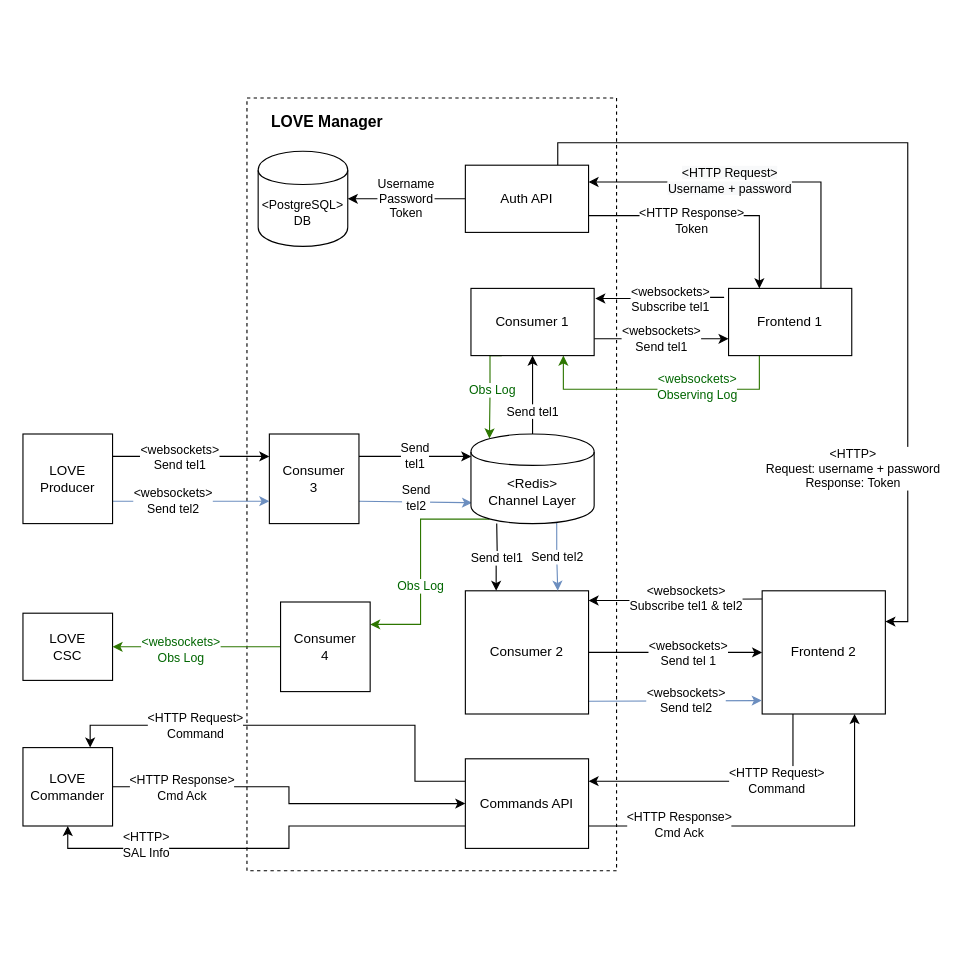
Earlier version of the draw.io diagram docsrc/source/assets/Manager_Details.drawio (lsst-ts/LOVE-manager). Source tidied: cells renumbered, new cells numbered last; positions are measured from the earlier drawing's top-left corner, leaving out a move shared by most shapes. Both pictures are drawn from the tidied source at 112%, with x=0, y=0 at pixel (22, 97).
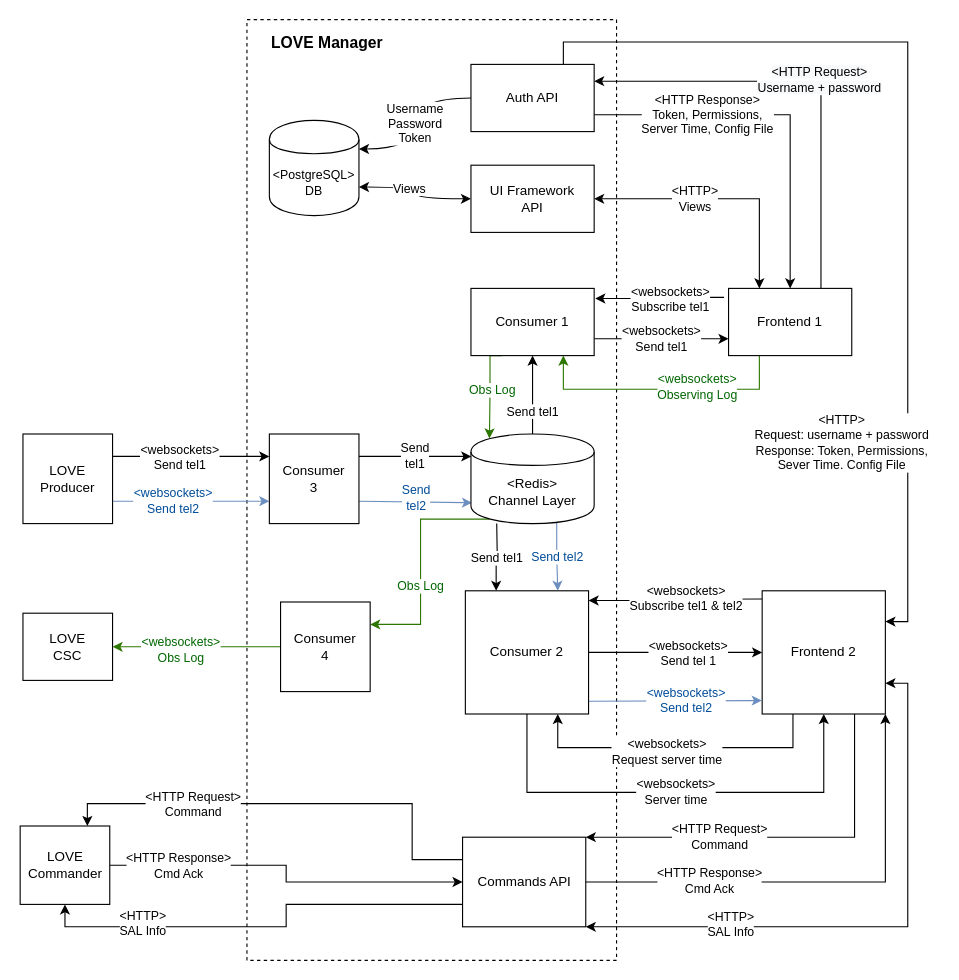
The same diagram, later.

The change refers to these unchanged cells:
```xml
<mxCell id="5" style="edgeStyle=orthogonalEdgeStyle;rounded=0;jettySize=auto;html=1;exitX=0.75;exitY=0;exitDx=0;exitDy=0;entryX=1;entryY=0.25;entryDx=0;entryDy=0;fontSize=11;" parent="1" edge="1" source="9" target="28">
  <mxGeometry relative="1" as="geometry" />
</mxCell>
<mxCell id="9" value="Frontend 1" style="rounded=0;whiteSpace=wrap;html=1;" parent="1" vertex="1">
  <mxGeometry x="630" y="170" width="110" height="60" as="geometry" />
</mxCell>
<mxCell id="18" value="Frontend 2" style="rounded=0;whiteSpace=wrap;html=1;" parent="1" vertex="1">
  <mxGeometry x="660" y="440" width="110" height="110" as="geometry" />
</mxCell>
<mxCell id="21" style="edgeStyle=none;rounded=0;jettySize=auto;html=1;exitX=0.988;exitY=0.897;exitDx=0;exitDy=0;entryX=-0.003;entryY=0.891;entryDx=0;entryDy=0;fontSize=11;fillColor=#dae8fc;strokeColor=#6c8ebf;entryPerimeter=0;exitPerimeter=0;" parent="1" edge="1" source="23" target="18">
  <mxGeometry relative="1" as="geometry" />
</mxCell>
<mxCell id="23" value="Consumer 2" style="rounded=0;whiteSpace=wrap;html=1;" parent="1" vertex="1">
  <mxGeometry x="395" y="440" width="110" height="110" as="geometry" />
</mxCell>
<mxCell id="26" style="edgeStyle=orthogonalEdgeStyle;rounded=0;jettySize=auto;html=1;exitX=0.75;exitY=0;exitDx=0;exitDy=0;entryX=1;entryY=0.25;entryDx=0;entryDy=0;" parent="1" edge="1" source="28" target="18">
  <mxGeometry relative="1" as="geometry" />
</mxCell>
<mxCell id="32" style="edgeStyle=none;rounded=0;jettySize=auto;html=1;exitX=1;exitY=0.75;exitDx=0;exitDy=0;entryX=0.009;entryY=0.767;entryDx=0;entryDy=0;fontSize=11;fillColor=#dae8fc;strokeColor=#6c8ebf;entryPerimeter=0;" parent="1" edge="1" source="34" target="44">
  <mxGeometry relative="1" as="geometry" />
</mxCell>
<mxCell id="34" value="Consumer&lt;br&gt;3" style="rounded=0;whiteSpace=wrap;html=1;" parent="1" vertex="1">
  <mxGeometry x="220" y="300" width="80" height="80" as="geometry" />
</mxCell>
<mxCell id="40" value="LOVE Producer" style="rounded=0;whiteSpace=wrap;html=1;" parent="1" vertex="1">
  <mxGeometry y="300" width="80" height="80" as="geometry" />
</mxCell>
<mxCell id="44" value="&lt;span&gt;&amp;lt;Redis&amp;gt;&lt;/span&gt;&lt;br&gt;&lt;span&gt;Channel Layer&lt;/span&gt;" style="shape=cylinder;whiteSpace=wrap;html=1;boundedLbl=1;backgroundOutline=1;" parent="1" vertex="1">
  <mxGeometry x="400" y="300" width="110" height="80" as="geometry" />
</mxCell>
```

What changed in the source:
```diff
@@
     <mxCell id="2" style="rounded=0;whiteSpace=wrap;html=1;fontSize=11;fillColor=none;dashed=1;" parent="1" vertex="1">
-      <mxGeometry x="200" width="330" height="690" as="geometry" />
+      <mxGeometry x="200" y="-70" width="330" height="840" as="geometry" />
     </mxCell>
@@
     <mxCell id="6" value="&lt;span style=&quot;text-align: left ; background-color: rgb(248 , 249 , 250)&quot;&gt;&amp;lt;HTTP Request&amp;gt;&lt;br&gt;Username + password&lt;/span&gt;" style="edgeLabel;html=1;align=center;verticalAlign=middle;" parent="5" vertex="1">
       <mxGeometry x="0.01" y="-2" relative="1" as="geometry">
-        <mxPoint x="-24.5" as="offset" />
+        <mxPoint x="8.6" as="offset" />
       </mxGeometry>
     </mxCell>
@@
-    <mxCell id="16" style="edgeStyle=orthogonalEdgeStyle;rounded=0;jettySize=auto;html=1;entryX=1;entryY=0.25;entryDx=0;entryDy=0;exitX=0.25;exitY=1;exitDx=0;exitDy=0;" parent="1" edge="1" source="18" target="51">
-      <mxGeometry relative="1" as="geometry" />
+    <mxCell id="16" style="edgeStyle=orthogonalEdgeStyle;rounded=0;jettySize=auto;html=1;entryX=1;entryY=0;entryDx=0;entryDy=0;exitX=0.75;exitY=1;exitDx=0;exitDy=0;" parent="1" edge="1" source="18" target="51">
+      <mxGeometry relative="1" as="geometry">
+        <Array as="points">
+          <mxPoint x="742" y="660" />
+        </Array>
+      </mxGeometry>
     </mxCell>
     <mxCell id="17" value="&amp;lt;HTTP Request&amp;gt;&lt;br&gt;Command" style="edgeLabel;html=1;align=center;verticalAlign=middle;" parent="16" vertex="1">
       <mxGeometry x="-0.01" y="-1" relative="1" as="geometry">
-        <mxPoint x="44.8" as="offset" />
+        <mxPoint x="-58.5" as="offset" />
       </mxGeometry>
     </mxCell>
+    <mxCell id="59" style="edgeStyle=orthogonalEdgeStyle;rounded=0;jettySize=auto;html=1;exitX=0.25;exitY=1;exitDx=0;exitDy=0;entryX=0.75;entryY=1;entryDx=0;entryDy=0;" parent="1" edge="1" source="18" target="23">
+      <mxGeometry relative="1" as="geometry">
+        <Array as="points">
+          <mxPoint x="688" y="580" />
+          <mxPoint x="478" y="580" />
+        </Array>
+      </mxGeometry>
+    </mxCell>
+    <mxCell id="60" value="&amp;lt;websockets&amp;gt;&lt;br&gt;Request server time" style="edgeLabel;html=1;align=center;verticalAlign=middle;" parent="59" vertex="1">
+      <mxGeometry x="0.06" y="3" relative="1" as="geometry" />
+    </mxCell>
+    <mxCell id="61" style="edgeStyle=orthogonalEdgeStyle;rounded=0;jettySize=auto;html=1;exitX=1;exitY=0.75;exitDx=0;exitDy=0;entryX=1;entryY=1;entryDx=0;entryDy=0;startArrow=classic;startFill=1;" parent="1" edge="1" source="18" target="51">
+      <mxGeometry relative="1" as="geometry">
+        <Array as="points">
+          <mxPoint x="790" y="522" />
+          <mxPoint x="790" y="740" />
+        </Array>
+      </mxGeometry>
+    </mxCell>
+    <mxCell id="62" value="&amp;lt;HTTP&amp;gt;&lt;br&gt;SAL Info" style="edgeLabel;html=1;align=center;verticalAlign=middle;" parent="61" vertex="1">
+      <mxGeometry x="0.51" y="-3" relative="1" as="geometry" />
+    </mxCell>
@@
-    <mxCell id="22" value="&amp;lt;websockets&amp;gt;&lt;br&gt;Send tel2" style="text;html=1;align=center;verticalAlign=middle;labelBackgroundColor=#ffffff;fontSize=11;" parent="21" vertex="1">
+    <mxCell id="22" value="&lt;font color=&quot;#004c99&quot;&gt;&amp;lt;websockets&amp;gt;&lt;br&gt;Send tel2&lt;/font&gt;" style="text;html=1;align=center;verticalAlign=middle;labelBackgroundColor=#ffffff;fontSize=11;" parent="21" vertex="1">
       <mxGeometry x="0.13" y="2" relative="1" as="geometry">
         <mxPoint y="1" as="offset" />
       </mxGeometry>
     </mxCell>
+    <mxCell id="63" value="&amp;lt;websockets&amp;gt;&lt;br&gt;Server time" style="edgeStyle=orthogonalEdgeStyle;rounded=0;jettySize=auto;html=1;exitX=0.5;exitY=1;exitDx=0;exitDy=0;entryX=0.5;entryY=1;entryDx=0;entryDy=0;" parent="1" edge="1" source="23" target="18">
+      <mxGeometry relative="1" as="geometry">
+        <Array as="points">
+          <mxPoint x="450" y="620" />
+          <mxPoint x="715" y="620" />
+        </Array>
+      </mxGeometry>
+    </mxCell>
@@
-    <mxCell id="24" value="&amp;lt;HTTP Response&amp;gt;&lt;br&gt;Token" style="edgeStyle=orthogonalEdgeStyle;rounded=0;jettySize=auto;html=1;exitX=1;exitY=0.75;exitDx=0;exitDy=0;entryX=0.25;entryY=0;entryDx=0;entryDy=0;fontSize=11;" parent="1" edge="1" source="28" target="9">
-      <mxGeometry x="-0.15" y="-5" relative="1" as="geometry" />
+    <mxCell id="24" value="&amp;lt;HTTP Response&amp;gt;&lt;br&gt;Token,&amp;nbsp;Permissions,&lt;br&gt;Server Time, Config File" style="edgeStyle=orthogonalEdgeStyle;rounded=0;jettySize=auto;html=1;exitX=1;exitY=0.75;exitDx=0;exitDy=0;entryX=0.5;entryY=0;entryDx=0;entryDy=0;fontSize=11;" parent="1" edge="1" source="28" target="9">
+      <mxGeometry x="-0.39" relative="1" as="geometry">
+        <Array as="points">
+          <mxPoint x="685" y="15" />
+        </Array>
+      </mxGeometry>
     </mxCell>
-    <mxCell id="25" value="Username&lt;br&gt;Password&lt;br&gt;Token" style="edgeStyle=orthogonalEdgeStyle;curved=1;rounded=0;jettySize=auto;html=1;entryX=1;entryY=0.5;entryDx=0;entryDy=0;fontSize=11;" parent="1" edge="1" source="28" target="35">
+    <mxCell id="25" value="Username&lt;br&gt;Password&lt;br&gt;Token" style="edgeStyle=orthogonalEdgeStyle;curved=1;rounded=0;jettySize=auto;html=1;entryX=1;entryY=0.3;entryDx=0;entryDy=0;fontSize=11;" parent="1" edge="1" source="28" target="35">
       <mxGeometry relative="1" as="geometry" />
     </mxCell>
@@
-    <mxCell id="27" value="&amp;lt;HTTP&amp;gt;&lt;br&gt;Request: username + password&lt;br&gt;Response: Token" style="edgeLabel;html=1;align=center;verticalAlign=middle;" parent="26" vertex="1">
+    <mxCell id="27" value="&amp;lt;HTTP&amp;gt;&lt;br&gt;Request: username + password&lt;br&gt;Response: Token, Permissions,&lt;br&gt;Sever Time. Config File" style="edgeLabel;html=1;align=center;verticalAlign=middle;" parent="26" vertex="1">
       <mxGeometry x="0.46" y="-2" relative="1" as="geometry">
-        <mxPoint x="-48" y="53.5" as="offset" />
+        <mxPoint x="-58" y="53.5" as="offset" />
       </mxGeometry>
     </mxCell>
     <mxCell id="28" value="Auth API" style="rounded=0;whiteSpace=wrap;html=1;" parent="1" vertex="1">
-      <mxGeometry x="395" y="60" width="110" height="60" as="geometry" />
+      <mxGeometry x="400" y="-30" width="110" height="60" as="geometry" />
     </mxCell>
@@
-    <mxCell id="30" value="Send tel2" style="edgeStyle=orthogonalEdgeStyle;rounded=0;jettySize=auto;html=1;fontSize=11;entryX=0.75;entryY=0;entryDx=0;entryDy=0;exitX=0.696;exitY=0.992;exitDx=0;exitDy=0;fillColor=#dae8fc;strokeColor=#6c8ebf;exitPerimeter=0;" parent="1" edge="1" source="44" target="23">
+    <mxCell id="30" value="&lt;font color=&quot;#004c99&quot;&gt;Send tel2&lt;/font&gt;" style="edgeStyle=orthogonalEdgeStyle;rounded=0;jettySize=auto;html=1;fontSize=11;entryX=0.75;entryY=0;entryDx=0;entryDy=0;exitX=0.696;exitY=0.992;exitDx=0;exitDy=0;fillColor=#dae8fc;strokeColor=#6c8ebf;exitPerimeter=0;" parent="1" edge="1" source="44" target="23">
       <mxGeometry relative="1" as="geometry" />
     </mxCell>
@@
-    <mxCell id="33" value="Send&lt;br&gt;tel2" style="text;html=1;align=center;verticalAlign=middle;labelBackgroundColor=#ffffff;fontSize=11;" parent="32" vertex="1">
+    <mxCell id="33" value="&lt;font color=&quot;#004c99&quot;&gt;Send&lt;br&gt;tel2&lt;/font&gt;" style="text;html=1;align=center;verticalAlign=middle;labelBackgroundColor=#ffffff;fontSize=11;" parent="32" vertex="1">
       <mxGeometry x="0.22" y="4" relative="1" as="geometry">
         <mxPoint x="-11.4" as="offset" />
       </mxGeometry>
     </mxCell>
@@
     <mxCell id="35" value="&amp;lt;PostgreSQL&amp;gt;&lt;br&gt;DB" style="shape=cylinder;whiteSpace=wrap;html=1;boundedLbl=1;backgroundOutline=1;fontSize=11;" parent="1" vertex="1">
-      <mxGeometry x="210" y="47.5" width="80" height="85" as="geometry" />
+      <mxGeometry x="220" y="20" width="80" height="85" as="geometry" />
     </mxCell>
     <mxCell id="36" value="&lt;b&gt;&lt;font style=&quot;font-size: 14px&quot;&gt;LOVE Manager&lt;/font&gt;&lt;/b&gt;" style="text;html=1;align=left;verticalAlign=top;spacingTop=-4;fontSize=11;" parent="1" vertex="1">
-      <mxGeometry x="220" y="10" width="120" height="20" as="geometry" />
+      <mxGeometry x="220" y="-60" width="120" height="20" as="geometry" />
     </mxCell>
@@
-    <mxCell id="39" value="&amp;lt;websockets&amp;gt;&lt;br&gt;Send tel2" style="edgeStyle=none;rounded=0;jettySize=auto;html=1;exitX=1;exitY=0.75;exitDx=0;exitDy=0;entryX=0;entryY=0.75;entryDx=0;entryDy=0;fontSize=11;fillColor=#dae8fc;strokeColor=#6c8ebf;" parent="1" edge="1" source="40" target="34">
+    <mxCell id="39" value="&lt;font color=&quot;#004c99&quot;&gt;&amp;lt;websockets&amp;gt;&lt;br&gt;Send tel2&lt;/font&gt;" style="edgeStyle=none;rounded=0;jettySize=auto;html=1;exitX=1;exitY=0.75;exitDx=0;exitDy=0;entryX=0;entryY=0.75;entryDx=0;entryDy=0;fontSize=11;fillColor=#dae8fc;strokeColor=#6c8ebf;" parent="1" edge="1" source="40" target="34">
       <mxGeometry x="-0.23" relative="1" as="geometry" />
     </mxCell>
@@
-    <mxCell id="45" style="edgeStyle=orthogonalEdgeStyle;rounded=0;jettySize=auto;html=1;exitX=1;exitY=0.75;exitDx=0;exitDy=0;entryX=0.75;entryY=1;entryDx=0;entryDy=0;" parent="1" edge="1" source="51" target="18">
+    <mxCell id="45" style="edgeStyle=orthogonalEdgeStyle;rounded=0;jettySize=auto;html=1;exitX=1;exitY=0.5;exitDx=0;exitDy=0;entryX=1;entryY=1;entryDx=0;entryDy=0;" parent="1" edge="1" source="51" target="18">
       <mxGeometry relative="1" as="geometry" />
     </mxCell>
@@
     <mxCell id="47" style="edgeStyle=orthogonalEdgeStyle;rounded=0;jettySize=auto;html=1;exitX=0;exitY=0.25;exitDx=0;exitDy=0;entryX=0.75;entryY=0;entryDx=0;entryDy=0;" parent="1" edge="1" source="51" target="54">
       <mxGeometry relative="1" as="geometry">
         <Array as="points">
-          <mxPoint x="350" y="610" />
-          <mxPoint x="350" y="560" />
-          <mxPoint x="60" y="560" />
+          <mxPoint x="347.5" y="680" />
+          <mxPoint x="347.5" y="630" />
+          <mxPoint x="57.5" y="630" />
         </Array>
       </mxGeometry>
     </mxCell>
@@
     <mxCell id="51" value="Commands API" style="rounded=0;whiteSpace=wrap;html=1;" parent="1" vertex="1">
-      <mxGeometry x="395" y="590" width="110" height="80" as="geometry" />
+      <mxGeometry x="392.5" y="660" width="110" height="80" as="geometry" />
     </mxCell>
@@
     <mxCell id="54" value="LOVE Commander" style="rounded=0;whiteSpace=wrap;html=1;" parent="1" vertex="1">
-      <mxGeometry y="580" width="80" height="70" as="geometry" />
+      <mxGeometry x="-2.5" y="650" width="80" height="70" as="geometry" />
     </mxCell>
@@
+    <mxCell id="64" style="edgeStyle=orthogonalEdgeStyle;rounded=0;jettySize=auto;html=1;exitX=1;exitY=0.5;exitDx=0;exitDy=0;entryX=0.25;entryY=0;entryDx=0;entryDy=0;startArrow=classic;startFill=1;" parent="1" edge="1" source="68" target="9">
+      <mxGeometry relative="1" as="geometry" />
+    </mxCell>
+    <mxCell id="65" value="&amp;lt;HTTP&amp;gt;&lt;br&gt;Views" style="edgeLabel;html=1;align=center;verticalAlign=middle;" parent="64" vertex="1">
+      <mxGeometry x="-0.22" y="1" relative="1" as="geometry" />
+    </mxCell>
+    <mxCell id="66" style="edgeStyle=orthogonalEdgeStyle;rounded=0;jettySize=auto;html=1;exitX=0;exitY=0.5;exitDx=0;exitDy=0;startArrow=classic;startFill=1;curved=1;entryX=1;entryY=0.7;entryDx=0;entryDy=0;" parent="1" edge="1" source="68" target="35">
+      <mxGeometry relative="1" as="geometry" />
+    </mxCell>
+    <mxCell id="67" value="Views" style="edgeLabel;html=1;align=center;verticalAlign=middle;" parent="66" vertex="1">
+      <mxGeometry x="0.2" y="1" relative="1" as="geometry" />
+    </mxCell>
+    <mxCell id="68" value="UI Framework&lt;br&gt;API" style="rounded=0;whiteSpace=wrap;html=1;" parent="1" vertex="1">
+      <mxGeometry x="400" y="60" width="110" height="60" as="geometry" />
+    </mxCell>
```
